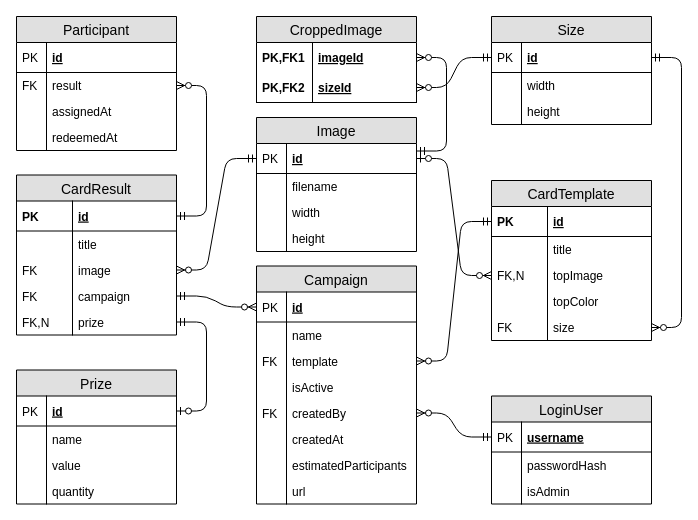
janjosef777/RivalProject keeps this draw.io diagram as md_resources/RivalProjectERD.drawio. Above is the earlier version. Source tidied: cells renumbered, new cells numbered last; positions are measured from the earlier drawing's top-left corner, leaving out a move shared by most shapes. Both pictures are drawn from the tidied source at 100%, with x=0, y=0 at pixel (16, 16).
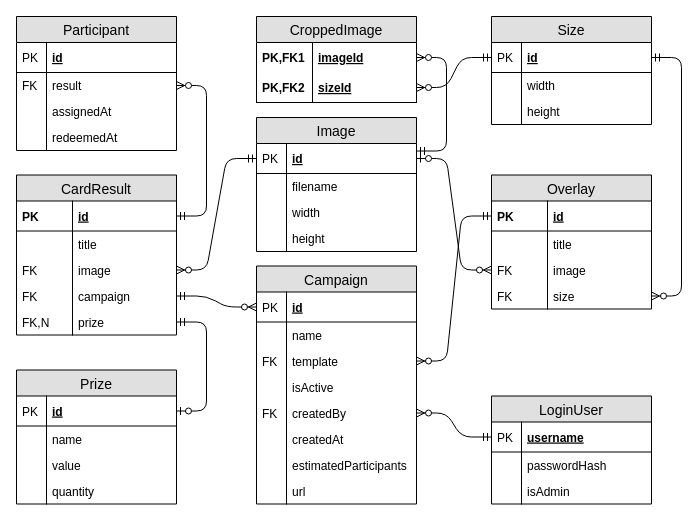
Above is the later version.

What changed in the source:
```diff
@@
-    <mxCell id="65" value="CardTemplate" style="swimlane;fontStyle=0;horizontal=1;startSize=26;fillColor=#e0e0e0;swimlaneFillColor=#ffffff;align=center;fontSize=14;" parent="1" vertex="1">
-      <mxGeometry x="475" y="164" width="160" height="160" as="geometry" />
+    <mxCell id="65" value="Overlay" style="swimlane;fontStyle=0;horizontal=1;startSize=26;fillColor=#e0e0e0;swimlaneFillColor=#ffffff;align=center;fontSize=14;" parent="1" vertex="1">
+      <mxGeometry x="475" y="158.5" width="160" height="134" as="geometry" />
     </mxCell>
@@
-    <mxCell id="70" value="topImage" style="shape=partialRectangle;top=0;left=0;right=0;bottom=0;align=left;verticalAlign=top;fillColor=none;spacingLeft=60;spacingRight=4;overflow=hidden;points=[[0,0.5],[1,0.5]];portConstraint=eastwest;fontSize=12;" parent="65" vertex="1">
+    <mxCell id="70" value="image" style="shape=partialRectangle;top=0;left=0;right=0;bottom=0;align=left;verticalAlign=top;fillColor=none;spacingLeft=60;spacingRight=4;overflow=hidden;points=[[0,0.5],[1,0.5]];portConstraint=eastwest;fontSize=12;" parent="65" vertex="1">
       <mxGeometry y="82" width="160" height="26" as="geometry" />
     </mxCell>
-    <mxCell id="71" value="FK,N" style="shape=partialRectangle;top=0;left=0;bottom=0;fillColor=none;align=left;verticalAlign=top;spacingLeft=4;spacingRight=4;overflow=hidden;fontSize=12;" parent="70" vertex="1">
+    <mxCell id="71" value="FK" style="shape=partialRectangle;top=0;left=0;bottom=0;fillColor=none;align=left;verticalAlign=top;spacingLeft=4;spacingRight=4;overflow=hidden;fontSize=12;" parent="70" vertex="1">
       <mxGeometry width="56" height="26" as="geometry" />
     </mxCell>
-    <mxCell id="72" value="topColor" style="shape=partialRectangle;top=0;left=0;right=0;bottom=0;align=left;verticalAlign=top;fillColor=none;spacingLeft=60;spacingRight=4;overflow=hidden;fontSize=12;" parent="65" vertex="1">
-      <mxGeometry y="108" width="160" height="26" as="geometry" />
-    </mxCell>
-    <mxCell id="73" style="shape=partialRectangle;top=0;left=0;bottom=0;fillColor=none;align=left;verticalAlign=top;spacingLeft=4;spacingRight=4;overflow=hidden;fontSize=12;" parent="72" vertex="1">
-      <mxGeometry width="56" height="26" as="geometry" />
-    </mxCell>
     <mxCell id="74" value="size" style="shape=partialRectangle;top=0;left=0;right=0;bottom=0;align=left;verticalAlign=top;fillColor=none;spacingLeft=60;spacingRight=4;overflow=hidden;points=[[0,0.5],[1,0.5]];portConstraint=eastwest;fontSize=12;" parent="65" vertex="1">
-      <mxGeometry y="134" width="160" height="26" as="geometry" />
+      <mxGeometry y="108" width="160" height="26" as="geometry" />
     </mxCell>
```
